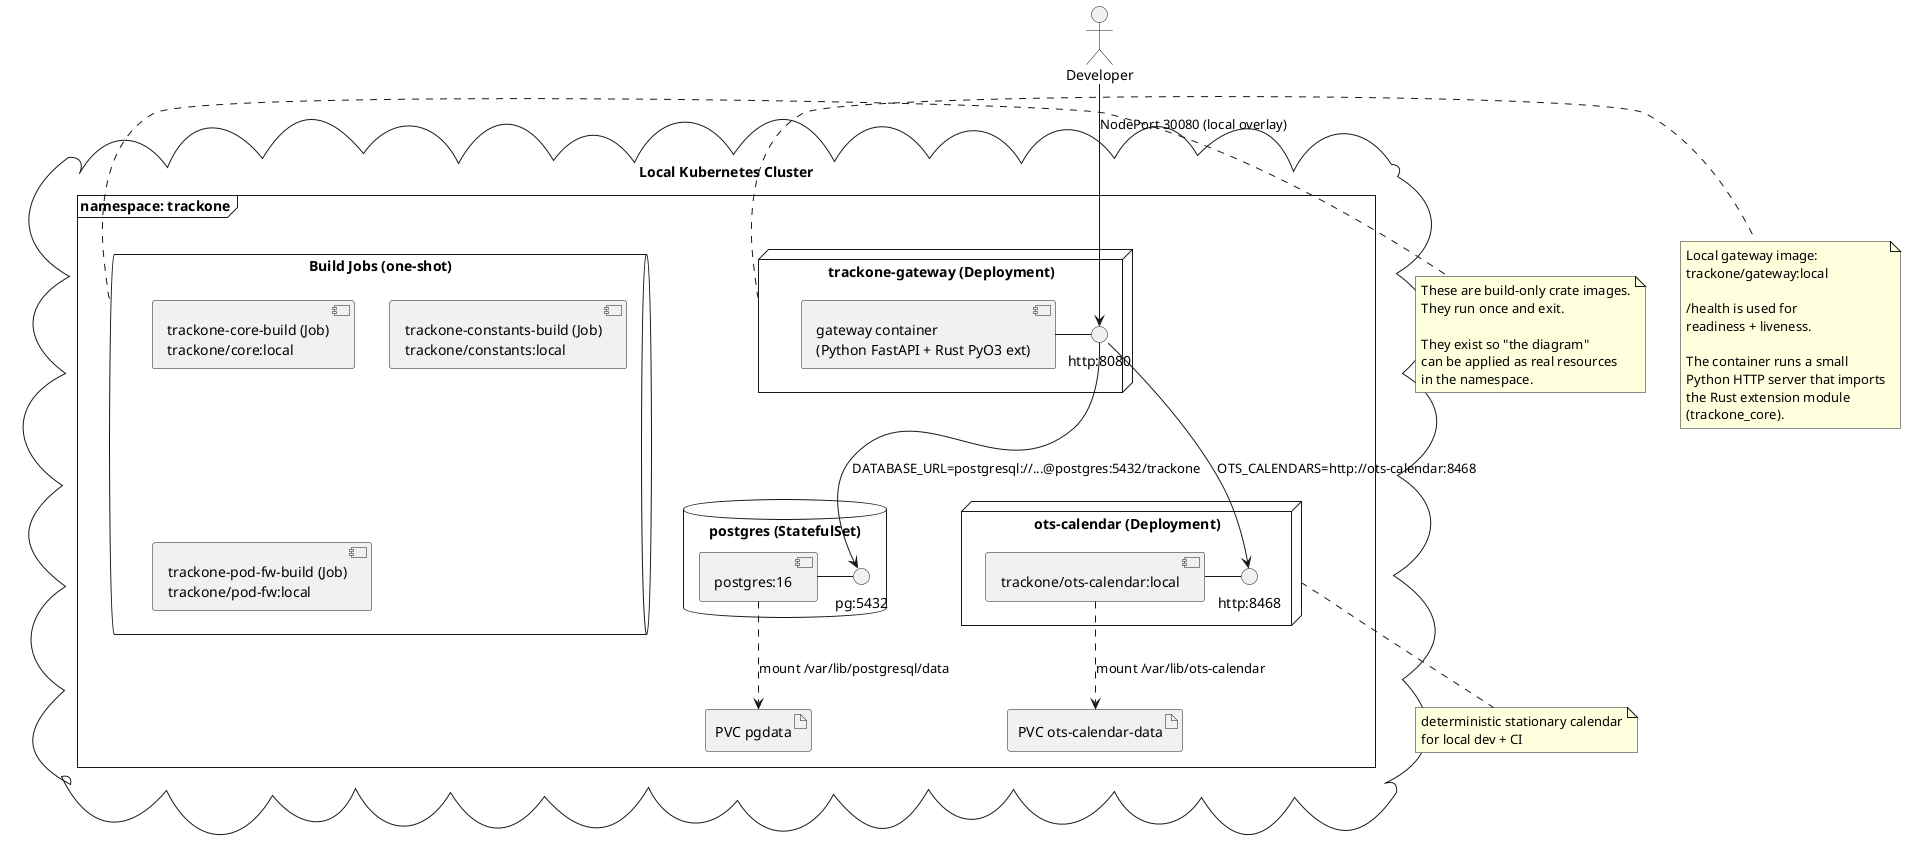
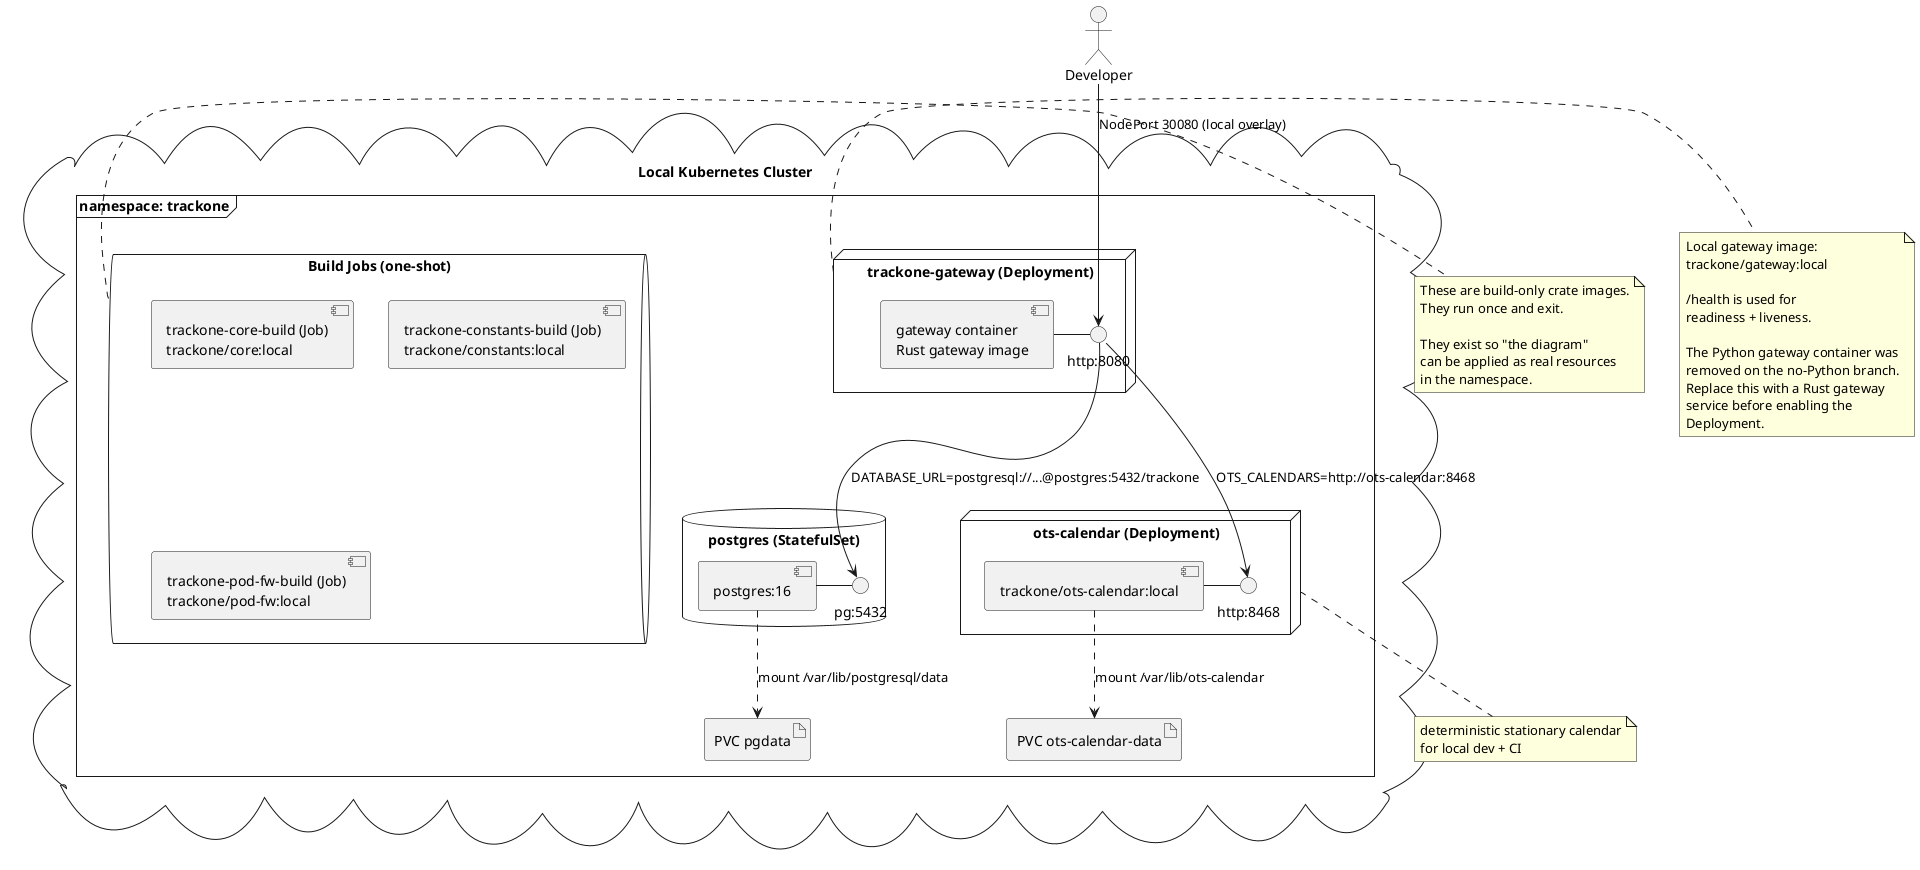
@startuml
' TrackOne local k8s topology (human-first diagram)

skinparam style strictuml
skinparam componentStyle rectangle
skinparam shadowing false

actor "Developer" as Dev

cloud "Local Kubernetes Cluster" as K8s {
  frame "namespace: trackone" as NS {

    node "trackone-gateway (Deployment)" as GW {
-       [gateway container\n(Python FastAPI + Rust PyO3 ext)] as GWc
+       [gateway container\nRust gateway image] as GWc
      () "http:8080" as GWhttp
      GWc - GWhttp
    }

    node "ots-calendar (Deployment)" as CAL {
      [trackone/ots-calendar:local] as CALc
      () "http:8468" as CALhttp
      CALc - CALhttp
    }

    database "postgres (StatefulSet)" as PG {
      [postgres:16] as PGc
      () "pg:5432" as PGport
      PGc - PGport
    }

    queue "Build Jobs (one-shot)" as JOBS {
      [trackone-core-build (Job)\ntrackone/core:local] as JCORE
      [trackone-constants-build (Job)\ntrackone/constants:local] as JCONST
      [trackone-pod-fw-build (Job)\ntrackone/pod-fw:local] as JPOD
    }

    artifact "PVC ots-calendar-data" as PVCal
    artifact "PVC pgdata" as PVCpg
  }
}

Dev --> GWhttp : NodePort 30080 (local overlay)

GWhttp --> CALhttp : OTS_CALENDARS=http://ots-calendar:8468
GWhttp --> PGport : DATABASE_URL=postgresql://...@postgres:5432/trackone

CALc ..> PVCal : mount /var/lib/ots-calendar
PGc ..> PVCpg : mount /var/lib/postgresql/data

note right of JOBS
  These are build-only crate images.
  They run once and exit.

  They exist so "the diagram"
  can be applied as real resources
  in the namespace.
end note

note right of GW
  Local gateway image:
  trackone/gateway:local

  /health is used for
  readiness + liveness.

-   The container runs a small
-   Python HTTP server that imports
-   the Rust extension module
-   (trackone_core).
+   The Python gateway container was
+   removed on the no-Python branch.
+   Replace this with a Rust gateway
+   service before enabling the
+   Deployment.
end note

note bottom of CAL
  deterministic stationary calendar
  for local dev + CI
end note

@enduml
